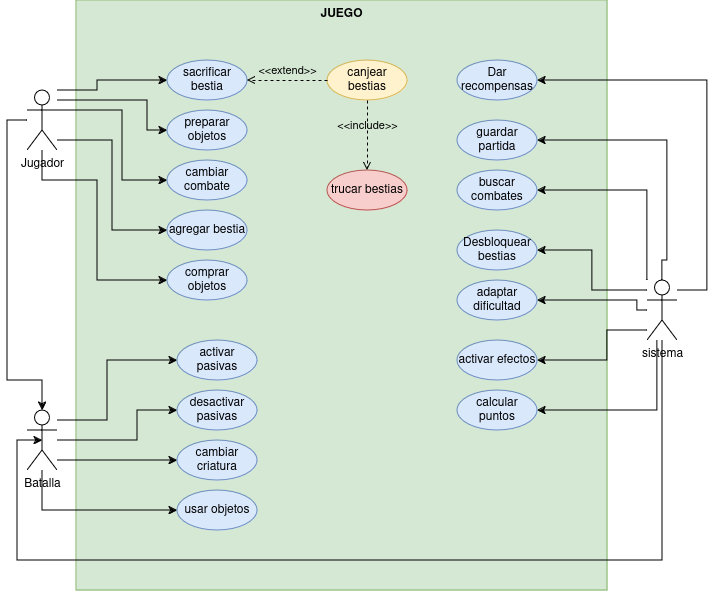
Above: Imagenes/casos de uso.png in gian700/Beastdeck (draw.io), before the change. Source tidied: cells renumbered, new cells last; positions are measured from the earlier drawing's top-left corner, leaving out a move shared by most shapes.
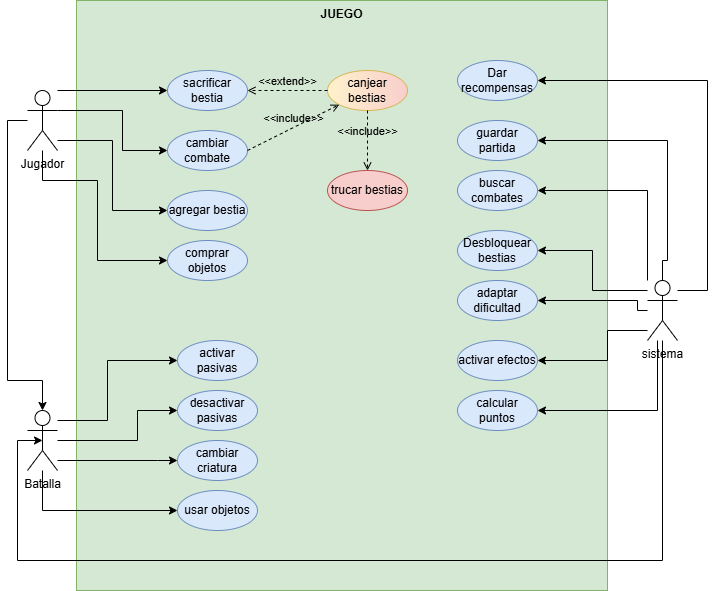
After the commit.

The edit, as a diff of the source:
```diff
@@ -5,26 +5,18 @@
     <mxCell id="2" value="JUEGO" style="shape=rect;html=1;verticalAlign=top;fontStyle=1;whiteSpace=wrap;align=center;fillColor=#d5e8d4;strokeColor=#82b366;" parent="1" vertex="1">
       <mxGeometry x="69" width="531" height="590" as="geometry" />
     </mxCell>
-    <mxCell id="3" style="edgeStyle=orthogonalEdgeStyle;rounded=0;jettySize=auto;html=1;entryX=0;entryY=0.5;entryDx=0;entryDy=0;" parent="1" edge="1" source="8" target="10">
-      <mxGeometry relative="1" as="geometry">
-        <Array as="points">
-          <mxPoint x="140" y="100" />
-        </Array>
-      </mxGeometry>
-    </mxCell>
     <mxCell id="4" style="edgeStyle=orthogonalEdgeStyle;rounded=0;jettySize=auto;html=1;entryX=0;entryY=0.5;entryDx=0;entryDy=0;" parent="1" edge="1" source="8" target="11">
       <mxGeometry relative="1" as="geometry">
         <Array as="points">
           <mxPoint x="115" y="110" />
-          <mxPoint x="115" y="180" />
+          <mxPoint x="115" y="150" />
         </Array>
       </mxGeometry>
     </mxCell>
     <mxCell id="5" style="edgeStyle=orthogonalEdgeStyle;rounded=0;jettySize=auto;html=1;entryX=0;entryY=0.5;entryDx=0;entryDy=0;" parent="1" edge="1" source="8" target="9">
       <mxGeometry relative="1" as="geometry">
         <Array as="points">
-          <mxPoint x="90" y="90" />
-          <mxPoint x="90" y="80" />
+          <mxPoint x="160" y="90" />
         </Array>
       </mxGeometry>
     </mxCell>
@@ -32,7 +24,7 @@
       <mxGeometry relative="1" as="geometry">
         <Array as="points">
           <mxPoint x="105" y="140" />
-          <mxPoint x="105" y="230" />
+          <mxPoint x="105" y="210" />
         </Array>
       </mxGeometry>
     </mxCell>
@@ -41,7 +33,7 @@
         <Array as="points">
           <mxPoint x="35" y="180" />
           <mxPoint x="90" y="180" />
-          <mxPoint x="90" y="280" />
+          <mxPoint x="90" y="260" />
         </Array>
       </mxGeometry>
     </mxCell>
@@ -49,13 +41,10 @@
       <mxGeometry x="20" y="90" width="30" height="60" as="geometry" />
     </mxCell>
     <mxCell id="9" value="sacrificar bestia" style="ellipse;whiteSpace=wrap;html=1;fillColor=#dae8fc;strokeColor=#6c8ebf;" parent="1" vertex="1">
-      <mxGeometry x="160" y="60" width="80" height="40" as="geometry" />
+      <mxGeometry x="160" y="70" width="80" height="40" as="geometry" />
     </mxCell>
-    <mxCell id="10" value="preparar objetos" style="ellipse;whiteSpace=wrap;html=1;fillColor=#dae8fc;strokeColor=#6c8ebf;" parent="1" vertex="1">
-      <mxGeometry x="160" y="110" width="80" height="40" as="geometry" />
-    </mxCell>
     <mxCell id="11" value="cambiar combate" style="ellipse;whiteSpace=wrap;html=1;fillColor=#dae8fc;strokeColor=#6c8ebf;" parent="1" vertex="1">
-      <mxGeometry x="160" y="160" width="80" height="40" as="geometry" />
+      <mxGeometry x="160" y="130" width="80" height="40" as="geometry" />
     </mxCell>
     <mxCell id="12" style="edgeStyle=orthogonalEdgeStyle;rounded=0;jettySize=auto;html=1;entryX=0;entryY=0.5;entryDx=0;entryDy=0;" parent="1" edge="1" source="16" target="17">
       <mxGeometry relative="1" as="geometry">
@@ -94,8 +83,8 @@
     <mxCell id="17" value="activar pasivas" style="ellipse;whiteSpace=wrap;html=1;fillColor=#dae8fc;strokeColor=#6c8ebf;" parent="1" vertex="1">
       <mxGeometry x="170" y="340" width="80" height="40" as="geometry" />
     </mxCell>
-    <mxCell id="18" value="canjear bestias" style="ellipse;whiteSpace=wrap;html=1;fillColor=#fff2cc;strokeColor=#d6b656;" parent="1" vertex="1">
-      <mxGeometry x="320" y="60" width="80" height="40" as="geometry" />
+    <mxCell id="18" value="canjear bestias" style="ellipse;whiteSpace=wrap;html=1;fillColor=#fff2cc;strokeColor=#d6b656;gradientDirection=east;gradientColor=#F8CECC;" parent="1" vertex="1">
+      <mxGeometry x="320" y="70" width="80" height="40" as="geometry" />
     </mxCell>
     <mxCell id="19" value="desactivar pasivas" style="ellipse;whiteSpace=wrap;html=1;fillColor=#dae8fc;strokeColor=#6c8ebf;" parent="1" vertex="1">
       <mxGeometry x="170" y="390" width="80" height="40" as="geometry" />
@@ -195,10 +184,10 @@
       <mxGeometry relative="1" as="geometry" />
     </mxCell>
     <mxCell id="36" value="agregar bestia" style="ellipse;whiteSpace=wrap;html=1;fillColor=#dae8fc;strokeColor=#6c8ebf;" parent="1" vertex="1">
-      <mxGeometry x="160" y="210" width="80" height="40" as="geometry" />
+      <mxGeometry x="160" y="190" width="80" height="40" as="geometry" />
     </mxCell>
     <mxCell id="37" value="comprar objetos" style="ellipse;whiteSpace=wrap;html=1;fillColor=#dae8fc;strokeColor=#6c8ebf;" parent="1" vertex="1">
-      <mxGeometry x="160" y="260" width="80" height="40" as="geometry" />
+      <mxGeometry x="160" y="240" width="80" height="40" as="geometry" />
     </mxCell>
     <mxCell id="38" value="usar objetos" style="ellipse;whiteSpace=wrap;html=1;fillColor=#dae8fc;strokeColor=#6c8ebf;" parent="1" vertex="1">
       <mxGeometry x="170" y="490" width="80" height="40" as="geometry" />
@@ -218,5 +207,8 @@
     <mxCell id="43" value="&amp;lt;&amp;lt;extend&amp;gt;&amp;gt;" style="html=1;verticalAlign=bottom;labelBackgroundColor=none;endArrow=open;endFill=0;dashed=1;rounded=0;exitX=0;exitY=0.5;exitDx=0;exitDy=0;entryX=1;entryY=0.5;entryDx=0;entryDy=0;" parent="1" edge="1" source="18" target="9">
       <mxGeometry relative="1" as="geometry" />
     </mxCell>
+    <mxCell id="44" value="&amp;lt;&amp;lt;include&amp;gt;&amp;gt;" style="html=1;verticalAlign=bottom;labelBackgroundColor=none;endArrow=open;endFill=0;dashed=1;rounded=0;exitX=1;exitY=0.5;exitDx=0;exitDy=0;entryX=0;entryY=1;entryDx=0;entryDy=0;" parent="1" edge="1" source="11" target="18">
+      <mxGeometry relative="1" as="geometry" />
+    </mxCell>
   </root>
 </mxGraphModel>
```
